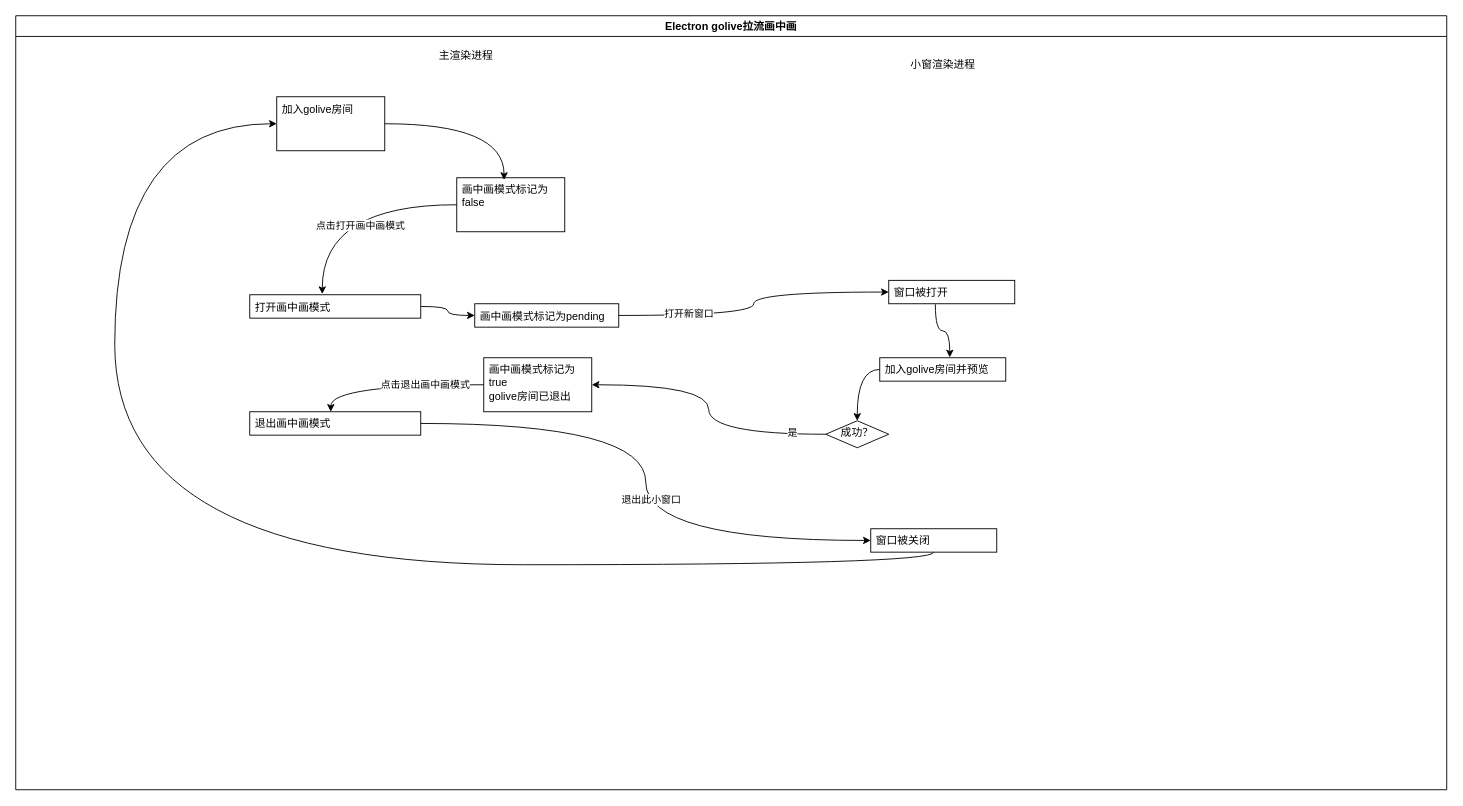
ccccccp/draw-io keeps this draw.io diagram as 新窗口画中画.drawio. Above is the earlier version. Source tidied: cells renumbered, new cells numbered last; positions are measured from the earlier drawing's top-left corner, leaving out a move shared by most shapes. Both pictures are drawn from the tidied source at 90%, with x=0, y=0 at pixel (15, 15).
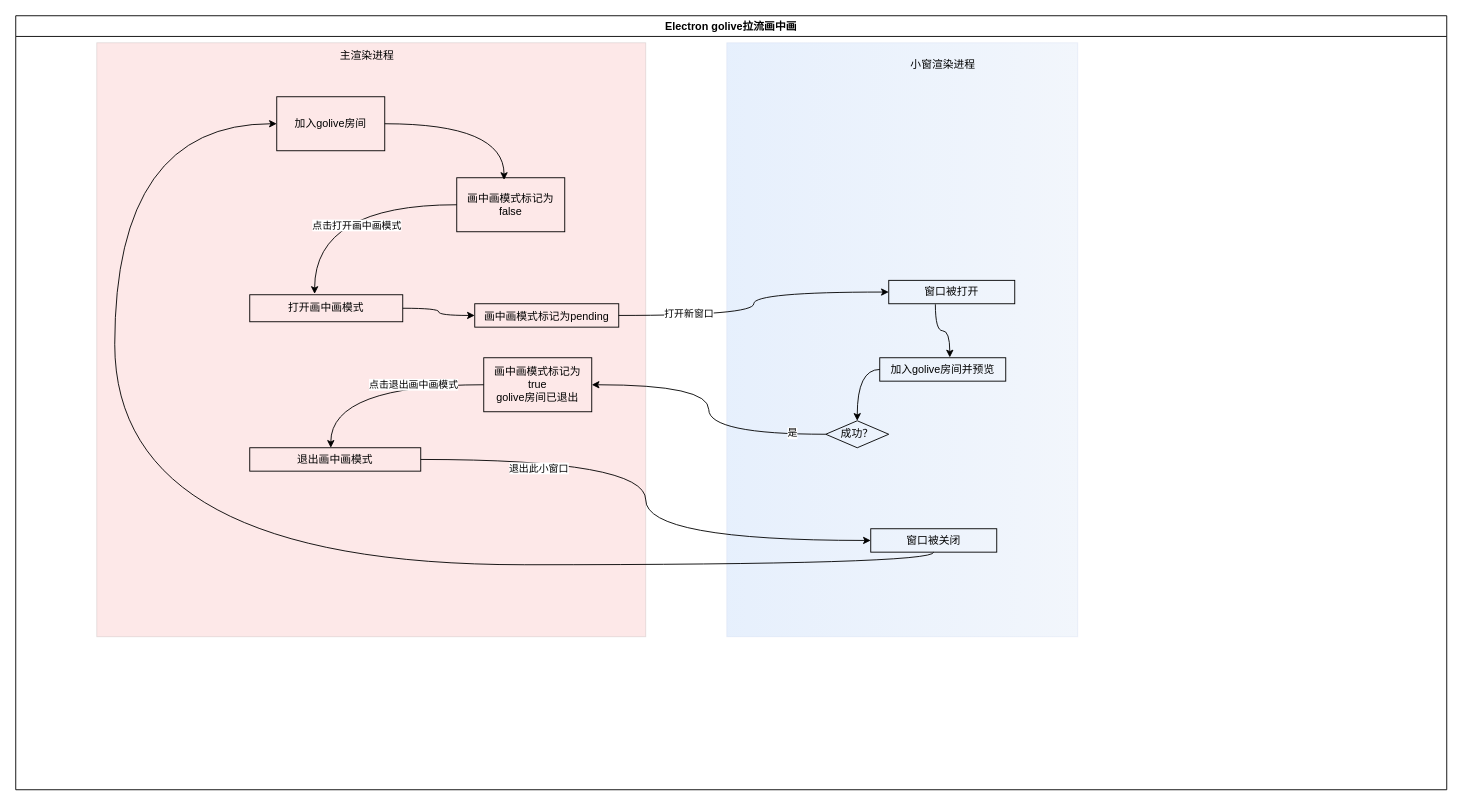
The same page after the edit.

Commit message (it also covers changes not shown here):
更新新窗口画中画.drawio

The change refers to these unchanged cells:
```xml
<mxCell id="2" value="Electron golive拉流画中画" style="swimlane;whiteSpace=wrap;html=1;startSize=23;" parent="1" vertex="1">
  <mxGeometry width="1590" height="860" as="geometry" />
</mxCell>
<mxCell id="20" style="edgeStyle=orthogonalEdgeStyle;rounded=0;jettySize=auto;html=1;exitX=0;exitY=0.5;exitDx=0;exitDy=0;entryX=0.424;entryY=-0.031;entryDx=0;entryDy=0;entryPerimeter=0;curved=1;" parent="2" edge="1" source="18" target="16">
  <mxGeometry relative="1" as="geometry" />
</mxCell>
<mxCell id="22" style="edgeStyle=orthogonalEdgeStyle;rounded=0;jettySize=auto;html=1;exitX=1;exitY=0.5;exitDx=0;exitDy=0;entryX=0;entryY=0.5;entryDx=0;entryDy=0;curved=1;" parent="2" edge="1" source="24" target="9">
  <mxGeometry relative="1" as="geometry" />
</mxCell>
<mxCell id="25" style="edgeStyle=orthogonalEdgeStyle;rounded=0;jettySize=auto;html=1;exitX=0;exitY=0.5;exitDx=0;exitDy=0;entryX=0.474;entryY=0;entryDx=0;entryDy=0;entryPerimeter=0;curved=1;" parent="2" edge="1" source="17" target="24">
  <mxGeometry relative="1" as="geometry" />
</mxCell>
```

The edit, as a diff of the source:
```diff
@@
+    <mxCell id="30" style="rounded=0;whiteSpace=wrap;html=1;gradientDirection=east;fillColor=#0d68e7;opacity=10;strokeColor=#6c8ebf;gradientColor=#7ea6e0;" parent="2" vertex="1">
+      <mxGeometry x="790" y="30" width="390" height="660" as="geometry" />
+    </mxCell>
+    <mxCell id="31" style="rounded=0;whiteSpace=wrap;html=1;gradientColor=none;gradientDirection=east;fillColor=#ec2222;opacity=10;" parent="2" vertex="1">
+      <mxGeometry x="90" y="30" width="610" height="660" as="geometry" />
+    </mxCell>
@@
-    <mxCell id="6" value="加入golive房间并预览" style="text;strokeColor=default;fillColor=none;align=left;verticalAlign=top;spacingLeft=4;spacingRight=4;overflow=hidden;points=[[0,0.5],[1,0.5]];portConstraint=eastwest;whiteSpace=wrap;html=1;" parent="2" vertex="1">
+    <mxCell id="6" value="加入golive房间并预览" style="text;strokeColor=default;fillColor=none;align=center;verticalAlign=middle;spacingLeft=4;spacingRight=4;overflow=hidden;points=[[0,0.5],[1,0.5]];portConstraint=eastwest;whiteSpace=wrap;html=1;" parent="2" vertex="1">
       <mxGeometry x="960" y="380" width="140" height="26" as="geometry" />
     </mxCell>
@@
-    <mxCell id="9" value="窗口被关闭" style="text;strokeColor=default;fillColor=none;align=left;verticalAlign=top;spacingLeft=4;spacingRight=4;overflow=hidden;points=[[0,0.5],[1,0.5]];portConstraint=eastwest;whiteSpace=wrap;html=1;" parent="2" vertex="1">
+    <mxCell id="9" value="窗口被关闭" style="text;strokeColor=default;fillColor=none;align=center;verticalAlign=middle;spacingLeft=4;spacingRight=4;overflow=hidden;points=[[0,0.5],[1,0.5]];portConstraint=eastwest;whiteSpace=wrap;html=1;" parent="2" vertex="1">
       <mxGeometry x="950" y="570" width="140" height="26" as="geometry" />
     </mxCell>
-    <mxCell id="10" value="窗口被打开" style="text;strokeColor=default;fillColor=none;align=left;verticalAlign=top;spacingLeft=4;spacingRight=4;overflow=hidden;points=[[0,0.5],[1,0.5]];portConstraint=eastwest;whiteSpace=wrap;html=1;" parent="2" vertex="1">
+    <mxCell id="10" value="窗口被打开" style="text;strokeColor=default;fillColor=none;align=center;verticalAlign=middle;spacingLeft=4;spacingRight=4;overflow=hidden;points=[[0,0.5],[1,0.5]];portConstraint=eastwest;whiteSpace=wrap;html=1;" parent="2" vertex="1">
       <mxGeometry x="970" y="294" width="140" height="26" as="geometry" />
     </mxCell>
@@
-    <mxCell id="13" value="成功？" style="rhombus;whiteSpace=wrap;html=1;align=center;verticalAlign=top;fillColor=none;gradientColor=none;spacingLeft=4;spacingRight=4;" parent="2" vertex="1">
+    <mxCell id="13" value="成功？" style="rhombus;whiteSpace=wrap;html=1;align=center;verticalAlign=middle;fillColor=none;gradientColor=none;spacingLeft=4;spacingRight=4;" parent="2" vertex="1">
       <mxGeometry x="900" y="450" width="70" height="30" as="geometry" />
     </mxCell>
-    <mxCell id="14" value="画中画模式标记为pending" style="text;strokeColor=default;fillColor=none;align=left;verticalAlign=top;spacingLeft=4;spacingRight=4;overflow=hidden;points=[[0,0.5],[1,0.5]];portConstraint=eastwest;whiteSpace=wrap;html=1;" parent="2" vertex="1">
+    <mxCell id="14" value="画中画模式标记为pending" style="text;strokeColor=default;fillColor=none;align=center;verticalAlign=top;spacingLeft=4;spacingRight=4;overflow=hidden;points=[[0,0.5],[1,0.5]];portConstraint=eastwest;whiteSpace=wrap;html=1;" parent="2" vertex="1">
       <mxGeometry x="510" y="320" width="160" height="26" as="geometry" />
     </mxCell>
@@
-    <mxCell id="16" value="打开画中画模式" style="text;strokeColor=default;fillColor=none;align=left;verticalAlign=top;spacingLeft=4;spacingRight=4;overflow=hidden;points=[[0,0.5],[1,0.5]];portConstraint=eastwest;whiteSpace=wrap;html=1;" parent="2" vertex="1">
-      <mxGeometry x="260" y="310" width="190" height="26" as="geometry" />
+    <mxCell id="16" value="打开画中画模式" style="text;strokeColor=default;fillColor=none;align=center;verticalAlign=top;spacingLeft=4;spacingRight=4;overflow=hidden;points=[[0,0.5],[1,0.5]];portConstraint=eastwest;whiteSpace=wrap;html=1;" parent="2" vertex="1">
+      <mxGeometry x="260" y="310" width="170" height="30" as="geometry" />
     </mxCell>
-    <mxCell id="17" value="画中画模式标记为true&lt;br&gt;golive房间已退出" style="whiteSpace=wrap;html=1;align=left;verticalAlign=top;fillColor=none;gradientColor=none;spacingLeft=4;spacingRight=4;" parent="2" vertex="1">
+    <mxCell id="17" value="画中画模式标记为true&lt;br&gt;golive房间已退出" style="whiteSpace=wrap;html=1;align=center;verticalAlign=middle;fillColor=none;gradientColor=none;spacingLeft=4;spacingRight=4;" parent="2" vertex="1">
       <mxGeometry x="520" y="380" width="120" height="60" as="geometry" />
     </mxCell>
-    <mxCell id="18" value="画中画模式标记为false" style="whiteSpace=wrap;html=1;align=left;verticalAlign=top;fillColor=none;gradientColor=none;spacingLeft=4;spacingRight=4;" parent="2" vertex="1">
+    <mxCell id="18" value="画中画模式标记为false" style="whiteSpace=wrap;html=1;align=center;verticalAlign=middle;fillColor=none;gradientColor=none;spacingLeft=4;spacingRight=4;" parent="2" vertex="1">
       <mxGeometry x="490" y="180" width="120" height="60" as="geometry" />
     </mxCell>
     <mxCell id="19" value="主渲染进程" style="text;html=1;align=center;verticalAlign=middle;strokeColor=none;fillColor=none;" parent="2" vertex="1">
-      <mxGeometry x="460" y="30" width="80" height="30" as="geometry" />
+      <mxGeometry x="350" y="30" width="80" height="30" as="geometry" />
     </mxCell>
@@
-    <mxCell id="21" value="点击打开画中画模式" style="edgeLabel;html=1;align=center;verticalAlign=middle;" parent="20" vertex="1">
+    <mxCell id="21" value="点击打开画中画模式" style="edgeLabel;html=1;align=center;verticalAlign=middle;fontColor=default;labelBackgroundColor=default;" parent="20" vertex="1">
       <mxGeometry x="-0.13" y="22" relative="1" as="geometry" />
     </mxCell>
@@
-    <mxCell id="23" value="退出此小窗口" style="edgeLabel;html=1;align=center;verticalAlign=middle;" parent="22" vertex="1">
-      <mxGeometry x="0.06" y="5" relative="1" as="geometry" />
+    <mxCell id="23" value="退出此小窗口" style="edgeLabel;html=1;align=center;verticalAlign=middle;labelBackgroundColor=default;" parent="22" vertex="1">
+      <mxGeometry x="-0.56" y="-9" relative="1" as="geometry" />
     </mxCell>
-    <mxCell id="24" value="退出画中画模式" style="text;strokeColor=default;fillColor=none;align=left;verticalAlign=top;spacingLeft=4;spacingRight=4;overflow=hidden;points=[[0,0.5],[1,0.5]];portConstraint=eastwest;whiteSpace=wrap;html=1;" parent="2" vertex="1">
-      <mxGeometry x="260" y="440" width="190" height="26" as="geometry" />
+    <mxCell id="24" value="退出画中画模式" style="text;strokeColor=default;fillColor=none;align=center;verticalAlign=middle;spacingLeft=4;spacingRight=4;overflow=hidden;points=[[0,0.5],[1,0.5]];portConstraint=eastwest;whiteSpace=wrap;html=1;" parent="2" vertex="1">
+      <mxGeometry x="260" y="480" width="190" height="26" as="geometry" />
     </mxCell>
@@
-    <mxCell id="26" value="点击退出画中画模式" style="edgeLabel;html=1;align=center;verticalAlign=middle;" parent="25" vertex="1">
+    <mxCell id="26" value="点击退出画中画模式" style="edgeLabel;html=1;align=center;verticalAlign=middle;labelBackgroundColor=default;" parent="25" vertex="1">
       <mxGeometry x="-0.34" y="-1" relative="1" as="geometry" />
     </mxCell>
@@
-    <mxCell id="28" value="加入golive房间" style="whiteSpace=wrap;html=1;align=left;verticalAlign=top;fillColor=none;gradientColor=none;spacingLeft=4;spacingRight=4;" parent="2" vertex="1">
+    <mxCell id="28" value="加入golive房间" style="whiteSpace=wrap;html=1;align=center;verticalAlign=middle;fillColor=none;gradientColor=none;spacingLeft=4;spacingRight=4;" parent="2" vertex="1">
       <mxGeometry x="290" y="90" width="120" height="60" as="geometry" />
     </mxCell>
```
